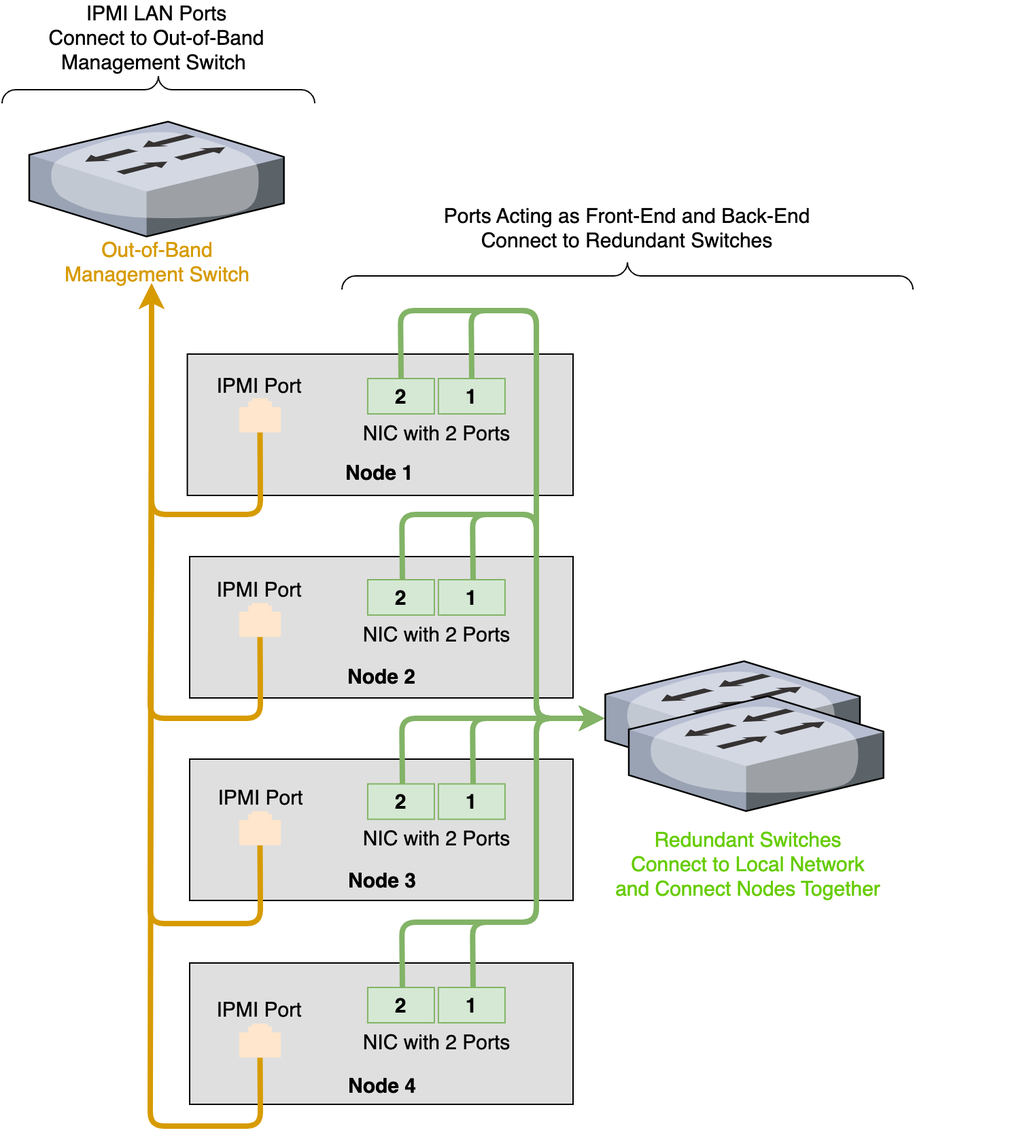
This is hardware-guide/platform-agnostic/images/platform-agnostic-unified-networking-four-node-cluster.png from Qumulo/docs, a draw.io export, as it was before one commit. Source tidied: cells renumbered, new cells last; positions are measured from the earlier drawing's top-left corner, leaving out a move shared by most shapes.
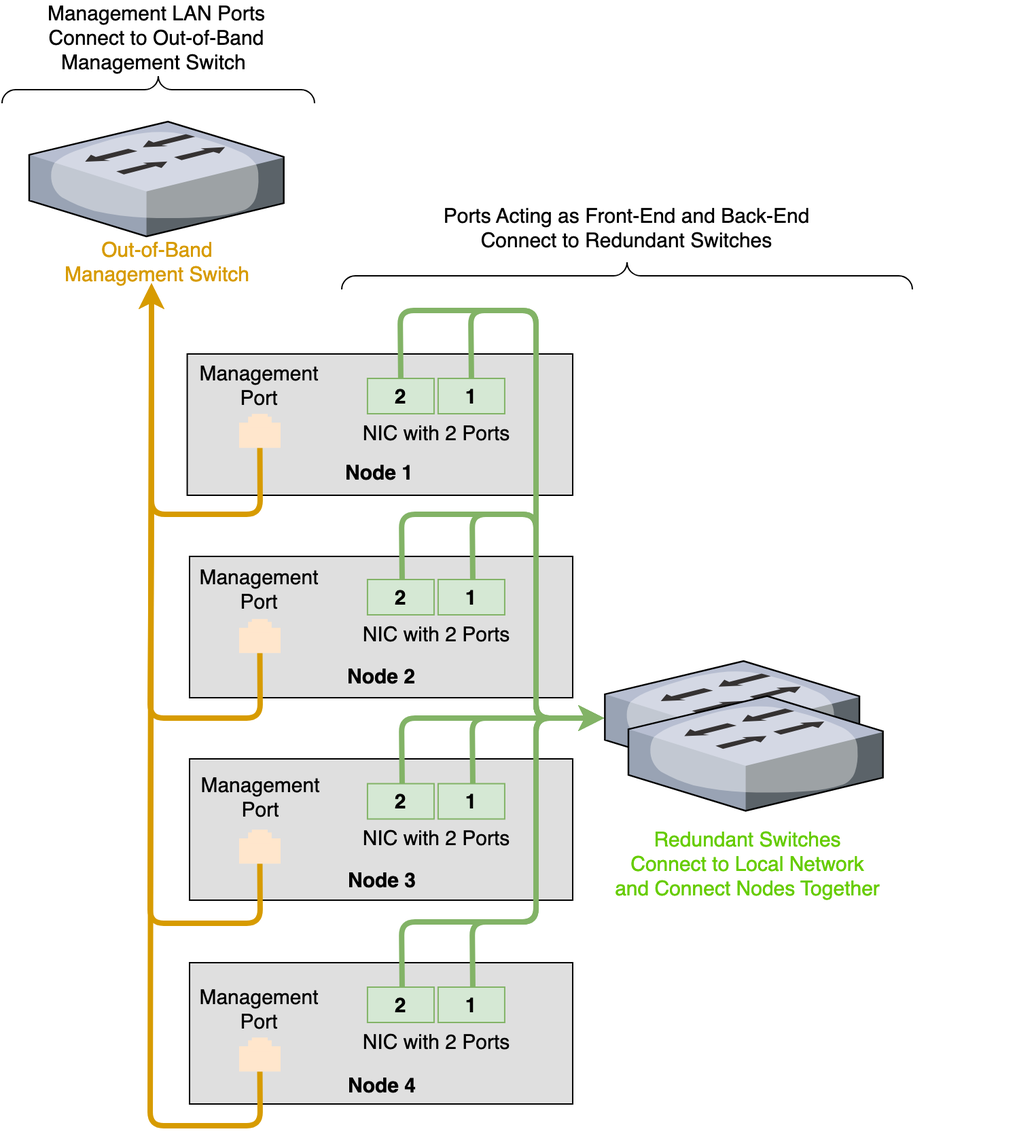
The same diagram one commit later.

The edit, as a diff of the source:
```diff
@@ -26,7 +26,7 @@
     <mxCell id="9" style="verticalLabelPosition=bottom;shadow=0;dashed=0;align=center;html=1;verticalAlign=top;strokeWidth=1;shape=mxgraph.mockup.markup.curlyBrace;fontColor=#66B2FF;" parent="1" vertex="1">
       <mxGeometry x="251" y="185.5" width="420" height="20" as="geometry" />
     </mxCell>
-    <mxCell id="10" value="&lt;span style=&quot;font-weight: normal&quot;&gt;IPMI LAN Ports&lt;br&gt;Connect to Out-of-Band&lt;br&gt;Management Switch&amp;nbsp;&lt;/span&gt;" style="text;html=1;strokeColor=none;fillColor=none;align=center;verticalAlign=middle;whiteSpace=wrap;rounded=0;shadow=0;fontSize=15;fontStyle=1;" parent="1" vertex="1">
+    <mxCell id="10" value="&lt;span style=&quot;font-weight: normal&quot;&gt;Management LAN Ports&lt;br&gt;Connect to Out-of-Band&lt;br&gt;Management Switch&amp;nbsp;&lt;/span&gt;" style="text;html=1;strokeColor=none;fillColor=none;align=center;verticalAlign=middle;whiteSpace=wrap;rounded=0;shadow=0;fontSize=15;fontStyle=1;" parent="1" vertex="1">
       <mxGeometry x="-0.3" width="230" height="40" as="geometry" />
     </mxCell>
     <mxCell id="11" style="verticalLabelPosition=bottom;shadow=0;dashed=0;align=center;html=1;verticalAlign=top;strokeWidth=1;shape=mxgraph.mockup.markup.curlyBrace;fontColor=#66B2FF;" parent="1" vertex="1">
@@ -82,7 +82,7 @@
       </mxGeometry>
     </mxCell>
     <mxCell id="19" style="group;" parent="1" vertex="1">
-      <mxGeometry x="175.5" y="745.5" width="30.5" height="23" as="geometry" />
+      <mxGeometry x="175.5" y="756" width="30.5" height="23" as="geometry" />
     </mxCell>
     <mxCell id="20" style="group;" parent="19" vertex="1">
       <mxGeometry y="0.1" width="30.5" height="25" as="geometry" />
@@ -96,17 +96,17 @@
     <mxCell id="23" style="rounded=0;whiteSpace=wrap;html=1;strokeWidth=0.5;fillColor=#ffe6cc;strokeColor=none;" parent="20" vertex="1">
       <mxGeometry x="9.4" width="11.7" height="8.3" as="geometry" />
     </mxCell>
-    <mxCell id="24" value="&lt;span style=&quot;&quot;&gt;IPMI Port&lt;/span&gt;" style="text;html=1;strokeColor=none;fillColor=none;align=center;verticalAlign=middle;whiteSpace=wrap;rounded=0;shadow=0;fontSize=15;fontStyle=0;" parent="1" vertex="1">
+    <mxCell id="24" value="&lt;span style=&quot;&quot;&gt;Management&lt;br&gt;Port&lt;br&gt;&lt;/span&gt;" style="text;html=1;strokeColor=none;fillColor=none;align=center;verticalAlign=middle;whiteSpace=wrap;rounded=0;shadow=0;fontSize=15;fontStyle=0;" parent="1" vertex="1">
       <mxGeometry x="149.8" y="725" width="81" height="20" as="geometry" />
     </mxCell>
     <mxCell id="25" value="&lt;span style=&quot;&quot;&gt;Node 2&lt;/span&gt;" style="text;html=1;strokeColor=none;fillColor=none;align=center;verticalAlign=middle;whiteSpace=wrap;rounded=0;shadow=0;fontSize=15;fontStyle=1;" parent="1" vertex="1">
       <mxGeometry x="139.8" y="480" width="281.2" height="20" as="geometry" />
     </mxCell>
-    <mxCell id="26" value="&lt;span style=&quot;&quot;&gt;IPMI Port&lt;/span&gt;" style="text;html=1;strokeColor=none;fillColor=none;align=center;verticalAlign=middle;whiteSpace=wrap;rounded=0;shadow=0;fontSize=15;fontStyle=0;" parent="1" vertex="1">
+    <mxCell id="26" value="&lt;span style=&quot;&quot;&gt;Management&lt;br&gt;Port&lt;br&gt;&lt;/span&gt;" style="text;html=1;strokeColor=none;fillColor=none;align=center;verticalAlign=middle;whiteSpace=wrap;rounded=0;shadow=0;fontSize=15;fontStyle=0;" parent="1" vertex="1">
       <mxGeometry x="150.8" y="569.2" width="81" height="20" as="geometry" />
     </mxCell>
     <mxCell id="27" style="group;" parent="1" vertex="1">
-      <mxGeometry x="175.5" y="589.2" width="30.5" height="23" as="geometry" />
+      <mxGeometry x="175.5" y="603" width="30.5" height="23" as="geometry" />
     </mxCell>
     <mxCell id="28" style="group;" parent="27" vertex="1">
       <mxGeometry y="0.1" width="30.5" height="25" as="geometry" />
@@ -120,11 +120,11 @@
     <mxCell id="31" style="rounded=0;whiteSpace=wrap;html=1;strokeWidth=0.5;fillColor=#ffe6cc;strokeColor=none;" parent="28" vertex="1">
       <mxGeometry x="9.4" width="11.7" height="8.3" as="geometry" />
     </mxCell>
-    <mxCell id="32" value="&lt;span style=&quot;&quot;&gt;IPMI Port&lt;/span&gt;" style="text;html=1;strokeColor=none;fillColor=none;align=center;verticalAlign=middle;whiteSpace=wrap;rounded=0;shadow=0;fontSize=15;fontStyle=0;" parent="1" vertex="1">
+    <mxCell id="32" value="&lt;span style=&quot;&quot;&gt;Management&lt;br&gt;Port&lt;br&gt;&lt;/span&gt;" style="text;html=1;strokeColor=none;fillColor=none;align=center;verticalAlign=middle;whiteSpace=wrap;rounded=0;shadow=0;fontSize=15;fontStyle=0;" parent="1" vertex="1">
       <mxGeometry x="149.8" y="416" width="81" height="20" as="geometry" />
     </mxCell>
     <mxCell id="33" style="group;" parent="1" vertex="1">
-      <mxGeometry x="175.5" y="436" width="30.5" height="23" as="geometry" />
+      <mxGeometry x="175.5" y="448" width="30.5" height="23" as="geometry" />
     </mxCell>
     <mxCell id="34" style="group;" parent="33" vertex="1">
       <mxGeometry y="0.1" width="30.5" height="25" as="geometry" />
@@ -138,11 +138,11 @@
     <mxCell id="37" style="rounded=0;whiteSpace=wrap;html=1;strokeWidth=0.5;fillColor=#ffe6cc;strokeColor=none;" parent="34" vertex="1">
       <mxGeometry x="9.4" width="11.7" height="8.3" as="geometry" />
     </mxCell>
-    <mxCell id="38" value="&lt;span style=&quot;&quot;&gt;IPMI Port&lt;/span&gt;" style="text;html=1;strokeColor=none;fillColor=none;align=center;verticalAlign=middle;whiteSpace=wrap;rounded=0;shadow=0;fontSize=15;fontStyle=0;" parent="1" vertex="1">
+    <mxCell id="38" value="&lt;span style=&quot;&quot;&gt;Management&lt;br&gt;Port&lt;br&gt;&lt;/span&gt;" style="text;html=1;strokeColor=none;fillColor=none;align=center;verticalAlign=middle;whiteSpace=wrap;rounded=0;shadow=0;fontSize=15;fontStyle=0;" parent="1" vertex="1">
       <mxGeometry x="149.8" y="265.5" width="81" height="20" as="geometry" />
     </mxCell>
     <mxCell id="39" style="group;" parent="1" vertex="1">
-      <mxGeometry x="175.5" y="285.5" width="30.5" height="23" as="geometry" />
+      <mxGeometry x="175.5" y="297" width="30.5" height="23" as="geometry" />
     </mxCell>
     <mxCell id="40" style="group;" parent="39" vertex="1">
       <mxGeometry y="0.1" width="30.5" height="25" as="geometry" />
```
